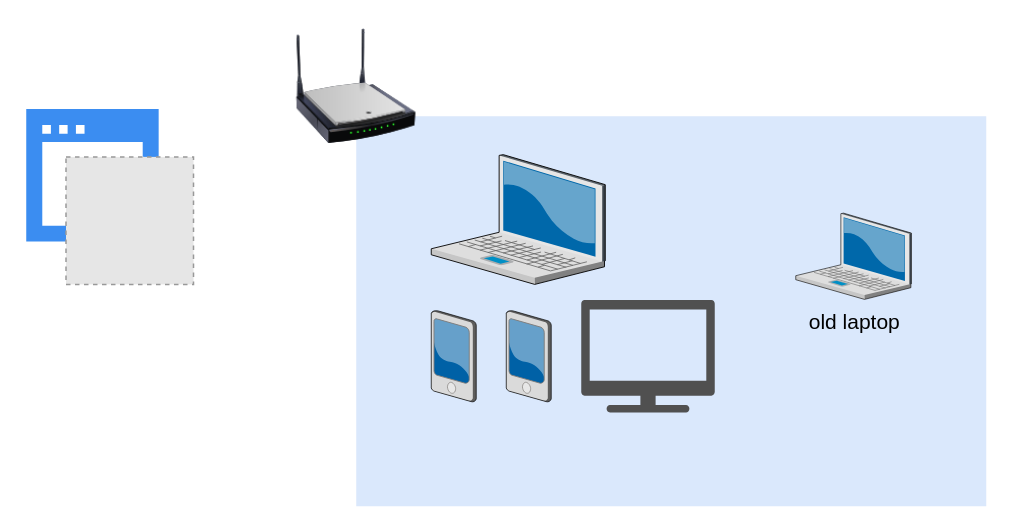
rschristopher/rschristopher.github.io keeps this draw.io diagram as page "Level-1" (1 of 12) of saving.drawio. Above is the earlier version. Source tidied: cells renumbered, new cells numbered last; positions are measured from the earlier drawing's top-left corner, leaving out a move shared by most shapes. Both pictures are drawn from the tidied source at 150%, with x=0, y=0 at pixel (26, 26). Pictures stored in the file or linked from it are replaced by grey dashed boxes.
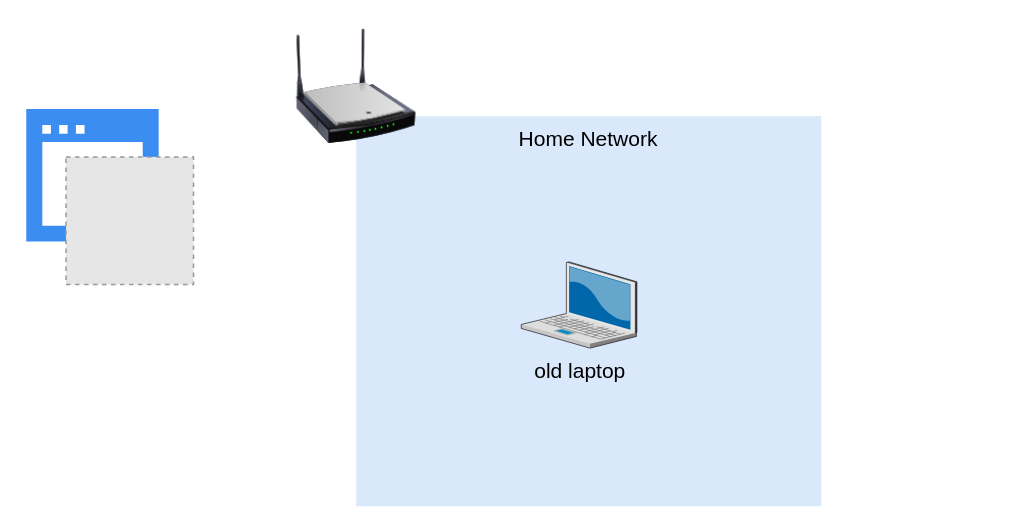
The same diagram, later.

Change to the diagram source:
```diff
@@
 <mxGraphModel>
   <root>
     <mxCell id="0" />
     <mxCell id="1" parent="0" />
-    <mxCell id="2" style="whiteSpace=wrap;html=1;fillColor=#dae8fc;fontSize=14;strokeColor=none;verticalAlign=top;" parent="1" vertex="1">
-      <mxGeometry x="220" y="60" width="420" height="260" as="geometry" />
+    <mxCell id="2" value="Home Network" style="whiteSpace=wrap;html=1;fillColor=#dae8fc;fontSize=14;strokeColor=none;verticalAlign=top;" parent="1" vertex="1">
+      <mxGeometry x="220" y="60" width="310" height="260" as="geometry" />
     </mxCell>
-    <mxCell id="3" style="verticalLabelPosition=bottom;html=1;verticalAlign=top;strokeColor=none;shape=mxgraph.citrix.laptop_2;fillColor=#66B2FF;gradientColor=#0066CC;fontSize=14;" parent="1" vertex="1">
-      <mxGeometry x="270" y="85.6" width="116" height="86.5" as="geometry" />
-    </mxCell>
-    <mxCell id="4" style="verticalLabelPosition=bottom;html=1;verticalAlign=top;strokeColor=none;shape=mxgraph.citrix.pda;fillColor=#66B2FF;gradientColor=#0066CC;fontSize=14;" parent="1" vertex="1">
-      <mxGeometry x="270" y="189.5" width="30" height="61" as="geometry" />
-    </mxCell>
     <mxCell id="5" style="image;html=1;image=img/lib/clip_art/networking/Wireless_Router_N_128x128.png;" parent="1" vertex="1">
       <mxGeometry x="180" width="80" height="80" as="geometry" />
     </mxCell>
-    <mxCell id="6" style="verticalLabelPosition=bottom;html=1;verticalAlign=top;strokeColor=none;shape=mxgraph.citrix.pda;fillColor=#66B2FF;gradientColor=#0066CC;fontSize=14;" parent="1" vertex="1">
-      <mxGeometry x="320" y="189.5" width="30" height="61" as="geometry" />
-    </mxCell>
-    <mxCell id="7" style="sketch=0;shadow=0;dashed=0;html=1;strokeColor=none;fillColor=#505050;labelPosition=center;verticalLabelPosition=bottom;verticalAlign=top;align=center;shape=mxgraph.office.devices.tv;labelBackgroundColor=#FFFFFF;" parent="1" vertex="1">
-      <mxGeometry x="370" y="182.5" width="89" height="75" as="geometry" />
-    </mxCell>
     <mxCell id="8" value="old laptop" style="verticalLabelPosition=bottom;html=1;verticalAlign=top;strokeColor=none;shape=mxgraph.citrix.laptop_2;fillColor=#66B2FF;gradientColor=#0066CC;fontSize=14;" parent="1" vertex="1">
-      <mxGeometry x="513" y="124.6" width="77.1" height="57.5" as="geometry" />
+      <mxGeometry x="330" y="157.1" width="77.1" height="57.5" as="geometry" />
     </mxCell>
     <mxCell id="9" style="sketch=0;html=1;strokeColor=none;shadow=0;align=center;verticalAlign=top;fillColor=#3B8DF1;shape=mxgraph.gcp2.website;labelBackgroundColor=#FFFFFF;fontSize=14;fontColor=#000000;" parent="1" vertex="1">
       <mxGeometry y="55.1" width="100" height="97" as="geometry" />
     </mxCell>
     <mxCell id="10" style="ellipse;whiteSpace=wrap;html=1;labelBackgroundColor=#FFFFFF;fontSize=14;fontColor=#000000;strokeWidth=2;fillColor=#FFFFFF;strokeColor=#FFFFFF;" parent="1" vertex="1">
       <mxGeometry x="35" y="87.1" width="70" height="70" as="geometry" />
     </mxCell>
     <mxCell id="11" style="fillColor=#E6E6E6;strokeColor=#999999;dashed=1;html=1;verticalAlign=top;verticalLabelPosition=bottom;labelBackgroundColor=#ffffff;fontSize=14;fontColor=#000000;" parent="1" vertex="1">
       <mxGeometry x="26.5" y="87.1" width="85" height="85" as="geometry" />
     </mxCell>
   </root>
 </mxGraphModel>
```
